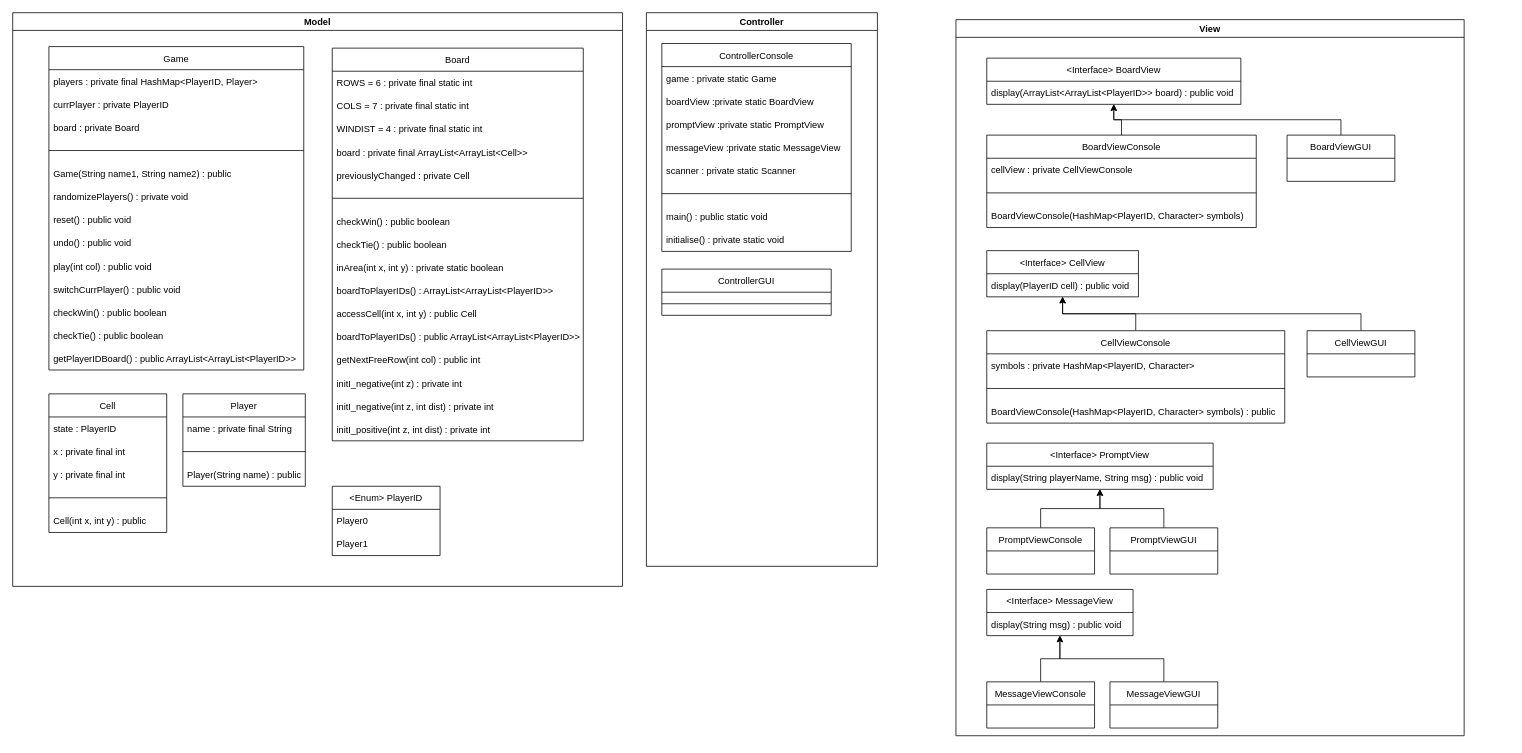
Earlier version of the draw.io diagram Documentation/viergewinnt.drawio (s-prechtl/sprechtl_jweissen_viergewinnt). Source tidied: cells renumbered, new cells numbered last; positions are measured from the earlier drawing's top-left corner, leaving out a move shared by most shapes. Both pictures are drawn from the tidied source at 77%, with x=0, y=0 at pixel (12, 12).
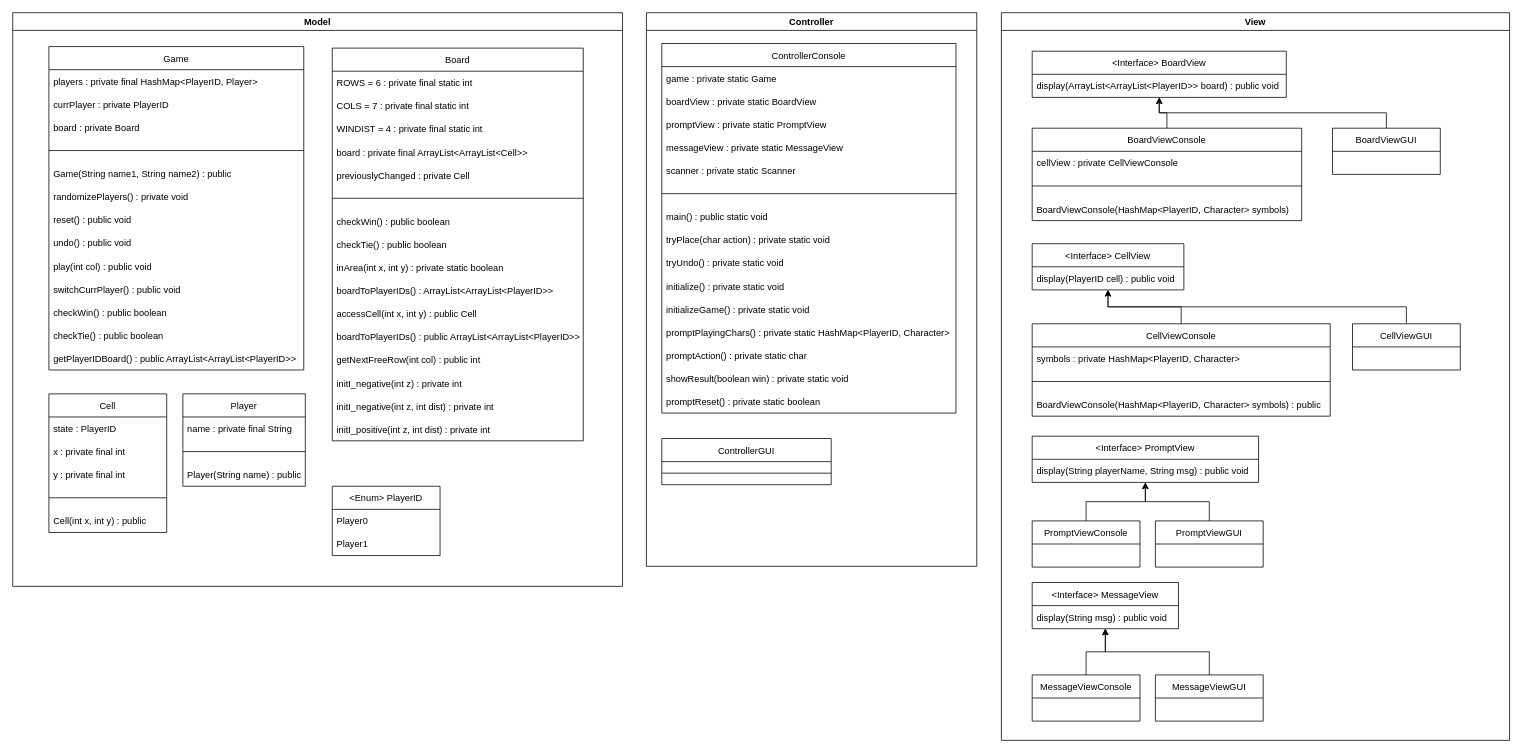
Above is the later version.

Commit message:
Klassendiagramm angepasst

The edit, as a diff of the source:
```diff
@@
     <mxCell id="51" value="Controller" style="swimlane;" parent="1" vertex="1">
-      <mxGeometry x="823" width="300" height="719" as="geometry" />
+      <mxGeometry x="823" width="429" height="719" as="geometry" />
     </mxCell>
     <mxCell id="52" value="ControllerConsole" style="swimlane;fontStyle=0;horizontal=1;startSize=30;" parent="51" vertex="1">
-      <mxGeometry x="20" y="40" width="246" height="270" as="geometry" />
+      <mxGeometry x="20" y="40" width="382" height="480" as="geometry" />
     </mxCell>
@@
     <mxCell id="54" value="game : private static Game" style="text;strokeColor=none;fillColor=none;align=left;verticalAlign=middle;spacingLeft=4;spacingRight=4;overflow=hidden;" parent="52" vertex="1">
-      <mxGeometry y="30" width="246" height="30" as="geometry" />
+      <mxGeometry y="30" width="382" height="30" as="geometry" />
     </mxCell>
-    <mxCell id="55" value="boardView :private static BoardView" style="text;strokeColor=none;fillColor=none;align=left;verticalAlign=middle;spacingLeft=4;spacingRight=4;overflow=hidden;" parent="52" vertex="1">
-      <mxGeometry y="60" width="246" height="30" as="geometry" />
+    <mxCell id="55" value="boardView : private static BoardView" style="text;strokeColor=none;fillColor=none;align=left;verticalAlign=middle;spacingLeft=4;spacingRight=4;overflow=hidden;" parent="52" vertex="1">
+      <mxGeometry y="60" width="382" height="30" as="geometry" />
     </mxCell>
-    <mxCell id="56" value="promptView :private static PromptView" style="text;strokeColor=none;fillColor=none;align=left;verticalAlign=middle;spacingLeft=4;spacingRight=4;overflow=hidden;" parent="52" vertex="1">
-      <mxGeometry y="90" width="246" height="30" as="geometry" />
+    <mxCell id="56" value="promptView : private static PromptView" style="text;strokeColor=none;fillColor=none;align=left;verticalAlign=middle;spacingLeft=4;spacingRight=4;overflow=hidden;" parent="52" vertex="1">
+      <mxGeometry y="90" width="382" height="30" as="geometry" />
     </mxCell>
-    <mxCell id="57" value="messageView :private static MessageView" style="text;strokeColor=none;fillColor=none;align=left;verticalAlign=middle;spacingLeft=4;spacingRight=4;overflow=hidden;" parent="52" vertex="1">
-      <mxGeometry y="120" width="246" height="30" as="geometry" />
+    <mxCell id="57" value="messageView : private static MessageView" style="text;strokeColor=none;fillColor=none;align=left;verticalAlign=middle;spacingLeft=4;spacingRight=4;overflow=hidden;" parent="52" vertex="1">
+      <mxGeometry y="120" width="382" height="30" as="geometry" />
     </mxCell>
     <mxCell id="58" value="scanner : private static Scanner" style="text;strokeColor=none;fillColor=none;align=left;verticalAlign=middle;spacingLeft=4;spacingRight=4;overflow=hidden;" parent="52" vertex="1">
-      <mxGeometry y="150" width="246" height="30" as="geometry" />
+      <mxGeometry y="150" width="382" height="30" as="geometry" />
     </mxCell>
     <mxCell id="59" value="   " style="text;strokeColor=none;fillColor=none;align=left;verticalAlign=middle;spacingLeft=4;spacingRight=4;overflow=hidden;points=[[0,0.5],[1,0.5]];portConstraint=eastwest;" parent="52" vertex="1">
-      <mxGeometry y="180" width="246" height="30" as="geometry" />
+      <mxGeometry y="180" width="382" height="30" as="geometry" />
     </mxCell>
     <mxCell id="60" value="main() : public static void" style="text;strokeColor=none;fillColor=none;align=left;verticalAlign=middle;spacingLeft=4;spacingRight=4;overflow=hidden;" parent="52" vertex="1">
-      <mxGeometry y="210" width="246" height="30" as="geometry" />
+      <mxGeometry y="210" width="382" height="30" as="geometry" />
     </mxCell>
-    <mxCell id="61" value="initialise() : private static void" style="text;strokeColor=none;fillColor=none;align=left;verticalAlign=middle;spacingLeft=4;spacingRight=4;overflow=hidden;" parent="52" vertex="1">
-      <mxGeometry y="240" width="246" height="30" as="geometry" />
+    <mxCell id="61" value="tryPlace(char action) : private static void" style="text;strokeColor=none;fillColor=none;align=left;verticalAlign=middle;spacingLeft=4;spacingRight=4;overflow=hidden;" parent="52" vertex="1">
+      <mxGeometry y="240" width="382" height="30" as="geometry" />
     </mxCell>
+    <mxCell id="98" value="tryUndo() : private static void" style="text;strokeColor=none;fillColor=none;align=left;verticalAlign=middle;spacingLeft=4;spacingRight=4;overflow=hidden;" parent="52" vertex="1">
+      <mxGeometry y="270" width="382" height="30" as="geometry" />
+    </mxCell>
+    <mxCell id="99" value="initialize() : private static void" style="text;strokeColor=none;fillColor=none;align=left;verticalAlign=middle;spacingLeft=4;spacingRight=4;overflow=hidden;" parent="52" vertex="1">
+      <mxGeometry y="300" width="382" height="30" as="geometry" />
+    </mxCell>
+    <mxCell id="100" value="initializeGame() : private static void" style="text;strokeColor=none;fillColor=none;align=left;verticalAlign=middle;spacingLeft=4;spacingRight=4;overflow=hidden;" parent="52" vertex="1">
+      <mxGeometry y="330" width="382" height="30" as="geometry" />
+    </mxCell>
+    <mxCell id="101" value="promptPlayingChars() : private static HashMap&lt;PlayerID, Character&gt;" style="text;strokeColor=none;fillColor=none;align=left;verticalAlign=middle;spacingLeft=4;spacingRight=4;overflow=hidden;" parent="52" vertex="1">
+      <mxGeometry y="360" width="382" height="30" as="geometry" />
+    </mxCell>
+    <mxCell id="102" value="promptAction() : private static char" style="text;strokeColor=none;fillColor=none;align=left;verticalAlign=middle;spacingLeft=4;spacingRight=4;overflow=hidden;" parent="52" vertex="1">
+      <mxGeometry y="390" width="382" height="30" as="geometry" />
+    </mxCell>
+    <mxCell id="103" value="showResult(boolean win) : private static void" style="text;strokeColor=none;fillColor=none;align=left;verticalAlign=middle;spacingLeft=4;spacingRight=4;overflow=hidden;" parent="52" vertex="1">
+      <mxGeometry y="420" width="382" height="30" as="geometry" />
+    </mxCell>
+    <mxCell id="104" value="promptReset() : private static boolean" style="text;strokeColor=none;fillColor=none;align=left;verticalAlign=middle;spacingLeft=4;spacingRight=4;overflow=hidden;" parent="52" vertex="1">
+      <mxGeometry y="450" width="382" height="30" as="geometry" />
+    </mxCell>
     <mxCell id="62" value="ControllerGUI" style="swimlane;fontStyle=0;horizontal=1;startSize=30;" parent="51" vertex="1">
-      <mxGeometry x="20" y="333" width="220" height="60" as="geometry" />
+      <mxGeometry x="20" y="553" width="220" height="60" as="geometry" />
     </mxCell>
@@
     <mxCell id="65" value="View" style="swimlane;" parent="1" vertex="1">
-      <mxGeometry x="1225" y="9" width="660" height="930" as="geometry" />
+      <mxGeometry x="1284" width="660" height="945" as="geometry" />
     </mxCell>
```
